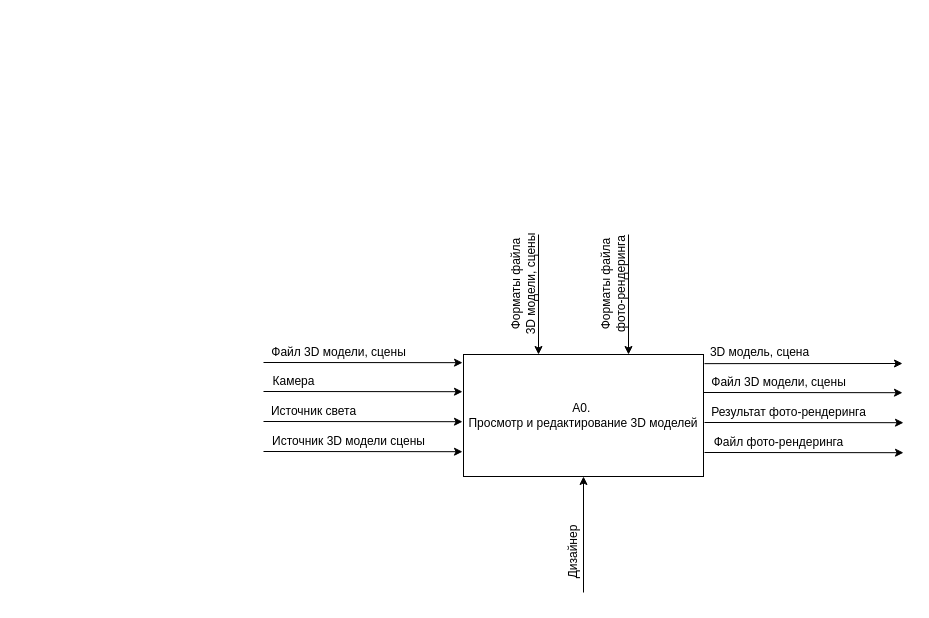
Above: page "A0" (1 of 3) of module_2/IDEF0.drawio in SheinEA/gb_architect (draw.io), before the change. Source tidied: cells renumbered, new cells numbered last; positions are measured from the earlier drawing's top-left corner, leaving out a move shared by most shapes. Both pictures are drawn from the tidied source at 100%, with x=0, y=0 at pixel (263, 234).
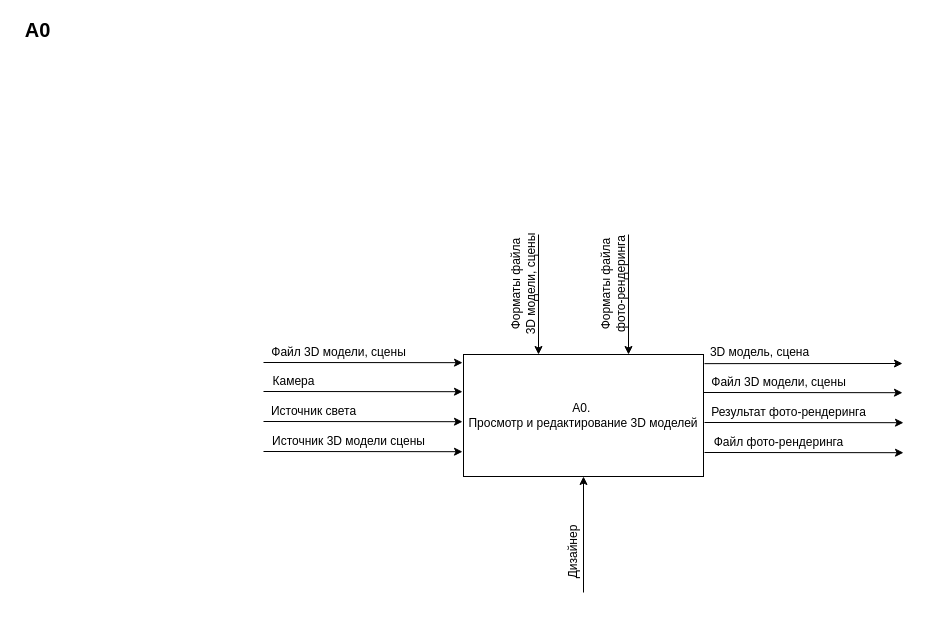
The same diagram, later.

The edit, as a diff of the source:
```diff
@@
+    <mxCell id="25" value="&lt;font style=&quot;font-size: 20px&quot;&gt;&lt;b&gt;A0&lt;/b&gt;&lt;/font&gt;" style="text;html=1;align=center;verticalAlign=middle;strokeColor=none;" parent="1" vertex="1">
+      <mxGeometry x="-246" y="-215" width="40" height="20" as="geometry" />
+    </mxCell>
```
